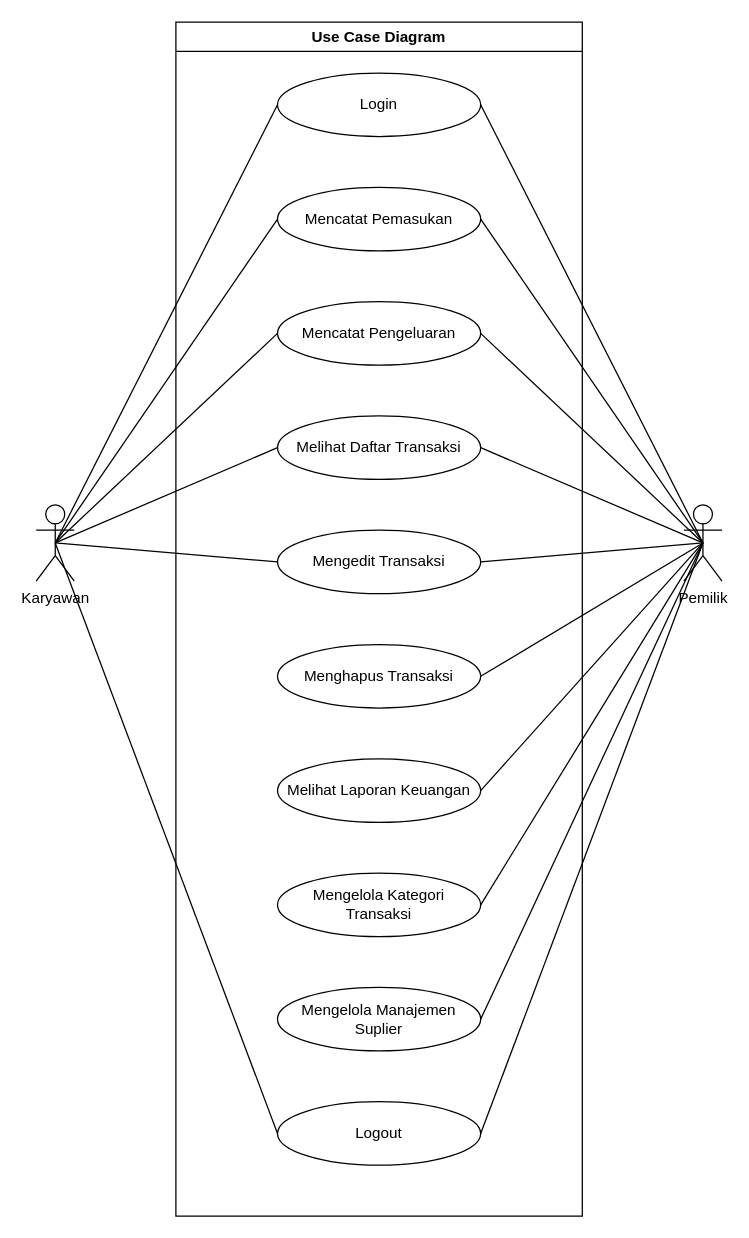
The draw.io diagram Doc/UML/Untitled Diagram.drawio in gustitriprayoga/sistem-stok-barang-niskala, before the edit. Source tidied: cells renumbered, new cells numbered last; positions are measured from the earlier drawing's top-left corner, leaving out a move shared by most shapes. Both pictures are drawn from the tidied source at 127%, with x=0, y=0 at pixel (36, 22).
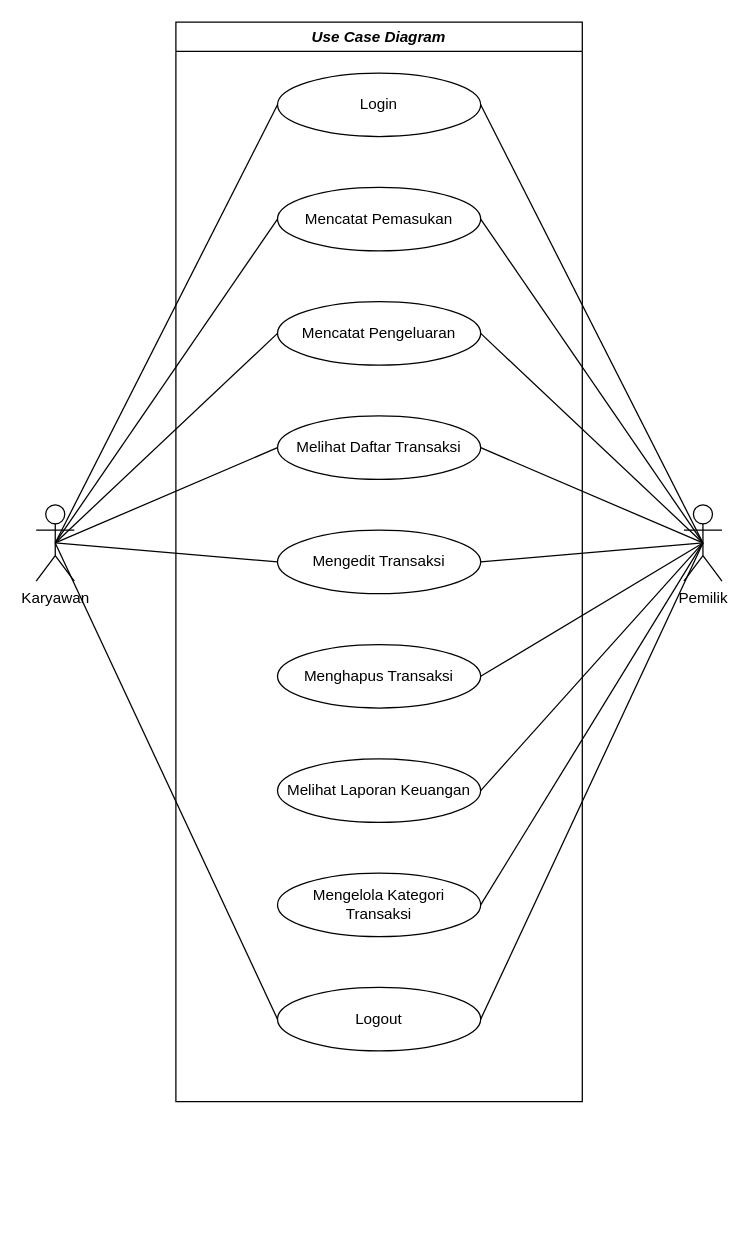
Above is the later version.

Unchanged cells that the change refers to:
```xml
<mxCell id="29" value="Pemilik" style="shape=umlActor;verticalLabelPosition=bottom;verticalAlign=top;html=1;outlineConnect=0;" parent="1" vertex="1">
  <mxGeometry x="510" y="380" width="30" height="60" as="geometry" />
</mxCell>
```

The edit, as a diff of the source:
```diff
@@
-    <mxCell id="10" value="Mengelola Manajemen Suplier" style="ellipse;whiteSpace=wrap;html=1;" parent="1" vertex="1">
-      <mxGeometry x="190" y="760" width="160" height="50" as="geometry" />
-    </mxCell>
-    <mxCell id="11" value="Logout" style="ellipse;whiteSpace=wrap;html=1;" parent="1" vertex="1">
-      <mxGeometry x="190" y="850" width="160" height="50" as="geometry" />
-    </mxCell>
@@
-    <mxCell id="27" style="rounded=0;jettySize=auto;html=1;exitX=0.5;exitY=0.5;exitDx=0;exitDy=0;exitPerimeter=0;entryX=1;entryY=0.5;entryDx=0;entryDy=0;endArrow=none;startFill=0;" parent="1" edge="1" source="29" target="10">
-      <mxGeometry relative="1" as="geometry" />
-    </mxCell>
@@
-    <mxCell id="30" value="Use Case Diagram" style="swimlane;whiteSpace=wrap;html=1;startSize=23;" parent="1" vertex="1">
-      <mxGeometry x="110" width="320" height="940" as="geometry" />
+    <mxCell id="30" value="&lt;i&gt;Use Case Diagram&lt;/i&gt;" style="swimlane;whiteSpace=wrap;html=1;startSize=23;" parent="1" vertex="1">
+      <mxGeometry x="110" width="320" height="850" as="geometry" />
     </mxCell>
+    <mxCell id="11" value="Logout" style="ellipse;whiteSpace=wrap;html=1;" parent="30" vertex="1">
+      <mxGeometry x="80" y="760" width="160" height="50" as="geometry" />
+    </mxCell>
```
